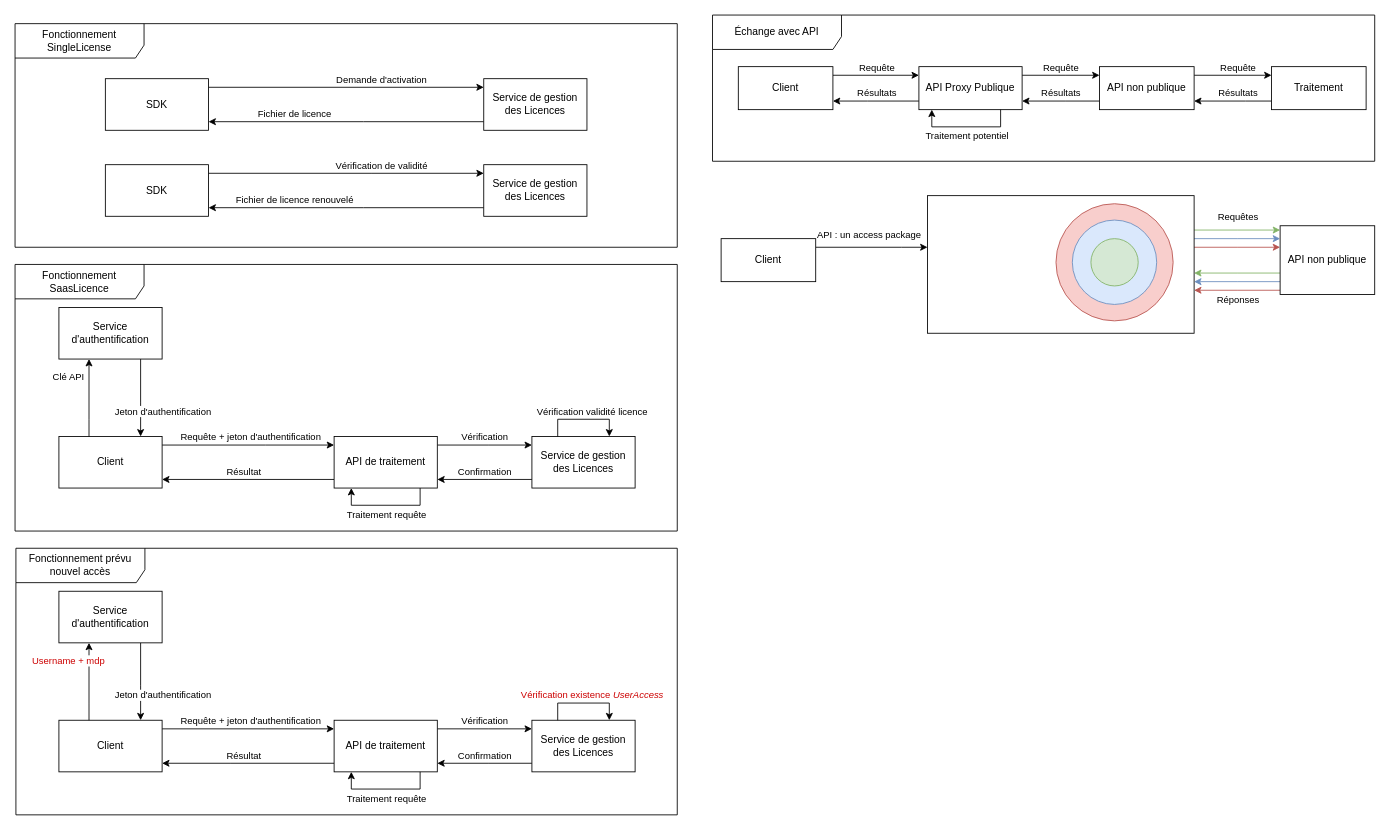
Before: Diagramme sans nom.drawio in Smaxxe/ProjetStage, a draw.io diagram. Source tidied: cells renumbered, new cells numbered last; positions are measured from the earlier drawing's top-left corner, leaving out a move shared by most shapes. Both pictures are drawn from the tidied source at 86%, with x=0, y=0 at pixel (15, 15).
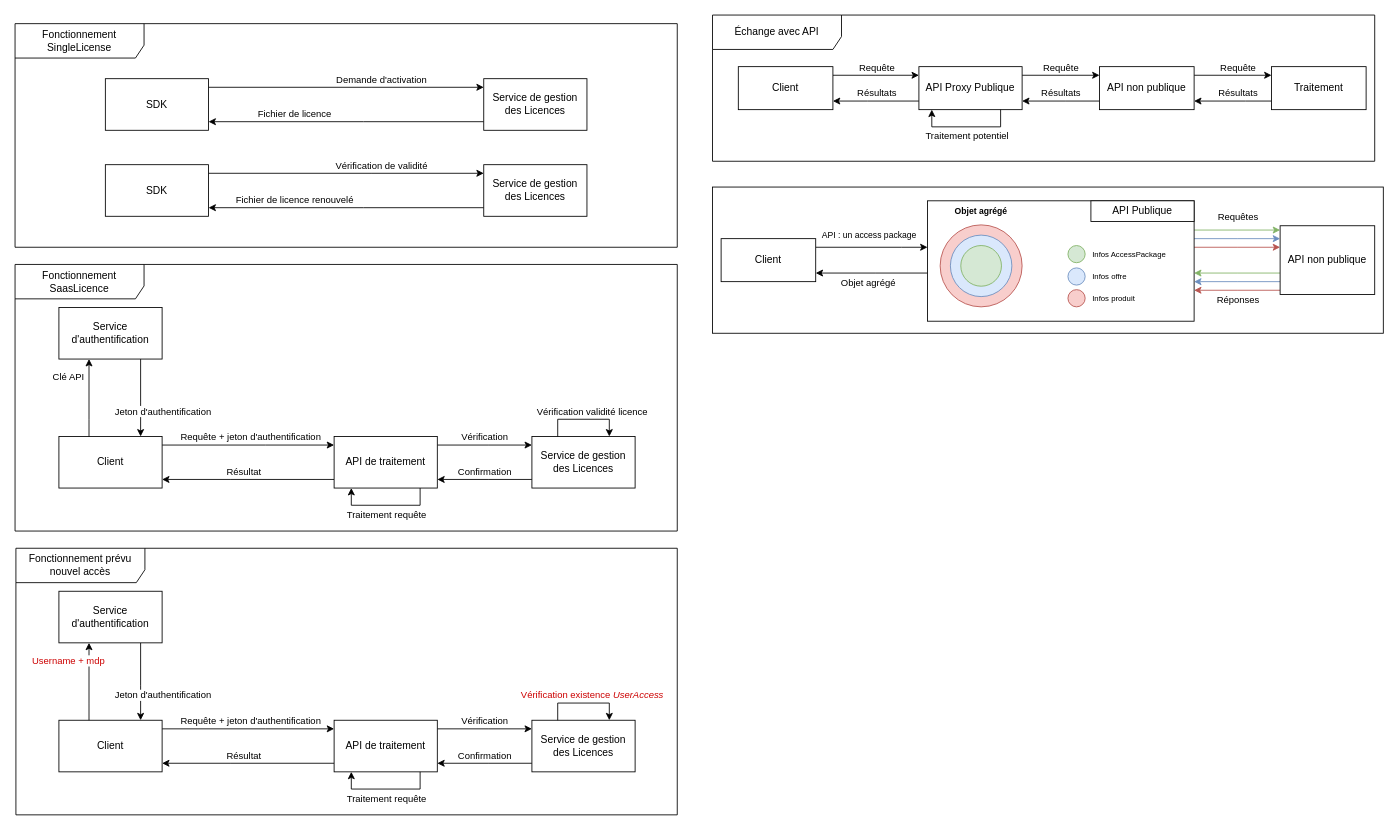
The same diagram, later.

Commit message:
Mettre à jour Diagramme sans nom.drawio

Unchanged cells that the change refers to:
```xml
<mxCell id="76" style="edgeStyle=orthogonalEdgeStyle;rounded=0;jettySize=auto;html=1;" parent="1" edge="1" source="78" target="83">
  <mxGeometry relative="1" as="geometry">
    <Array as="points">
      <mxPoint x="1031" y="270" />
      <mxPoint x="1031" y="270" />
    </Array>
  </mxGeometry>
</mxCell>
<mxCell id="78" value="Client" style="rounded=0;whiteSpace=wrap;html=1;" parent="1" vertex="1">
  <mxGeometry x="821" y="260" width="110" height="50" as="geometry" />
</mxCell>
```

Change to the diagram source:
```diff
@@
+    <mxCell id="92" style="rounded=0;whiteSpace=wrap;html=1;fillColor=none;" parent="1" vertex="1">
+      <mxGeometry x="811" y="200" width="780" height="170" as="geometry" />
+    </mxCell>
@@
-    <mxCell id="77" value="API : un access package" style="edgeLabel;html=1;align=center;verticalAlign=middle;" parent="76" vertex="1">
+    <mxCell id="77" value="&lt;font style=&quot;font-size: 10px;&quot;&gt;API : un access package&lt;/font&gt;" style="edgeLabel;html=1;align=center;verticalAlign=middle;" parent="76" vertex="1">
       <mxGeometry x="0.29" y="-1" relative="1" as="geometry">
         <mxPoint x="-23" y="-16" as="offset" />
       </mxGeometry>
     </mxCell>
@@
+    <mxCell id="93" style="edgeStyle=orthogonalEdgeStyle;rounded=0;jettySize=auto;html=1;" parent="1" edge="1" source="83" target="78">
+      <mxGeometry relative="1" as="geometry">
+        <Array as="points">
+          <mxPoint x="1001" y="300" />
+          <mxPoint x="1001" y="300" />
+        </Array>
+      </mxGeometry>
+    </mxCell>
+    <mxCell id="94" value="Objet agrégé" style="edgeLabel;html=1;align=center;verticalAlign=middle;" parent="93" vertex="1">
+      <mxGeometry x="-0.2" y="-1" relative="1" as="geometry">
+        <mxPoint x="-18" y="11" as="offset" />
+      </mxGeometry>
+    </mxCell>
     <mxCell id="83" style="rounded=0;whiteSpace=wrap;html=1;" parent="1" vertex="1">
-      <mxGeometry x="1061" y="210" width="310" height="160" as="geometry" />
+      <mxGeometry x="1061" y="216" width="310" height="140" as="geometry" />
     </mxCell>
@@
     <mxCell id="89" style="ellipse;whiteSpace=wrap;html=1;fillColor=#f8cecc;strokeColor=#b85450;" parent="1" vertex="1">
-      <mxGeometry x="1210.4" y="219.4" width="136.2" height="136.2" as="geometry" />
+      <mxGeometry x="1075.7" y="244" width="95.3" height="95.3" as="geometry" />
     </mxCell>
     <mxCell id="90" style="ellipse;whiteSpace=wrap;html=1;fillColor=#dae8fc;strokeColor=#6c8ebf;" parent="1" vertex="1">
-      <mxGeometry x="1229.4" y="238.4" width="98.1" height="98.1" as="geometry" />
+      <mxGeometry x="1087.6" y="255.9" width="71.5" height="71.5" as="geometry" />
     </mxCell>
     <mxCell id="91" style="ellipse;whiteSpace=wrap;html=1;fillColor=#d5e8d4;strokeColor=#82b366;" parent="1" vertex="1">
-      <mxGeometry x="1251" y="260" width="55" height="55" as="geometry" />
+      <mxGeometry x="1099.7" y="268" width="47.3" height="47.3" as="geometry" />
     </mxCell>
+    <mxCell id="95" value="&lt;font style=&quot;font-size: 10px;&quot;&gt;Objet agrégé&lt;br&gt;&lt;/font&gt;" style="text;strokeColor=none;fillColor=none;html=1;fontSize=24;fontStyle=1;verticalAlign=middle;align=center;" parent="1" vertex="1">
+      <mxGeometry x="1087.6" y="219" width="70" height="10" as="geometry" />
+    </mxCell>
+    <mxCell id="96" style="ellipse;whiteSpace=wrap;html=1;fillColor=#d5e8d4;strokeColor=#82b366;" parent="1" vertex="1">
+      <mxGeometry x="1224.3" y="268" width="20" height="20" as="geometry" />
+    </mxCell>
+    <mxCell id="97" style="ellipse;whiteSpace=wrap;html=1;fillColor=#dae8fc;strokeColor=#6c8ebf;" parent="1" vertex="1">
+      <mxGeometry x="1224.3" y="294" width="20" height="20" as="geometry" />
+    </mxCell>
+    <mxCell id="98" style="ellipse;whiteSpace=wrap;html=1;fillColor=#f8cecc;strokeColor=#b85450;" parent="1" vertex="1">
+      <mxGeometry x="1224.3" y="319.3" width="20" height="20" as="geometry" />
+    </mxCell>
+    <mxCell id="99" value="&lt;div align=&quot;left&quot;&gt;&lt;font style=&quot;font-size: 9px;&quot;&gt;Infos AccessPackage&lt;/font&gt;&lt;/div&gt;" style="text;html=1;strokeColor=none;fillColor=none;align=left;verticalAlign=middle;whiteSpace=wrap;rounded=0;" parent="1" vertex="1">
+      <mxGeometry x="1251" y="270.5" width="106.7" height="15" as="geometry" />
+    </mxCell>
+    <mxCell id="100" value="&lt;div align=&quot;left&quot;&gt;&lt;font style=&quot;font-size: 9px;&quot;&gt;Infos offre&lt;/font&gt;&lt;/div&gt;" style="text;html=1;strokeColor=none;fillColor=none;align=left;verticalAlign=middle;whiteSpace=wrap;rounded=0;" parent="1" vertex="1">
+      <mxGeometry x="1251" y="296.5" width="106.7" height="15" as="geometry" />
+    </mxCell>
+    <mxCell id="101" value="&lt;div align=&quot;left&quot;&gt;&lt;font style=&quot;font-size: 9px;&quot;&gt;Infos produit&lt;/font&gt;&lt;/div&gt;" style="text;html=1;strokeColor=none;fillColor=none;align=left;verticalAlign=middle;whiteSpace=wrap;rounded=0;" parent="1" vertex="1">
+      <mxGeometry x="1251" y="321.8" width="106.7" height="15" as="geometry" />
+    </mxCell>
+    <mxCell id="102" value="API Publique" style="rounded=0;whiteSpace=wrap;html=1;" parent="1" vertex="1">
+      <mxGeometry x="1251" y="216" width="120" height="24" as="geometry" />
+    </mxCell>
```
